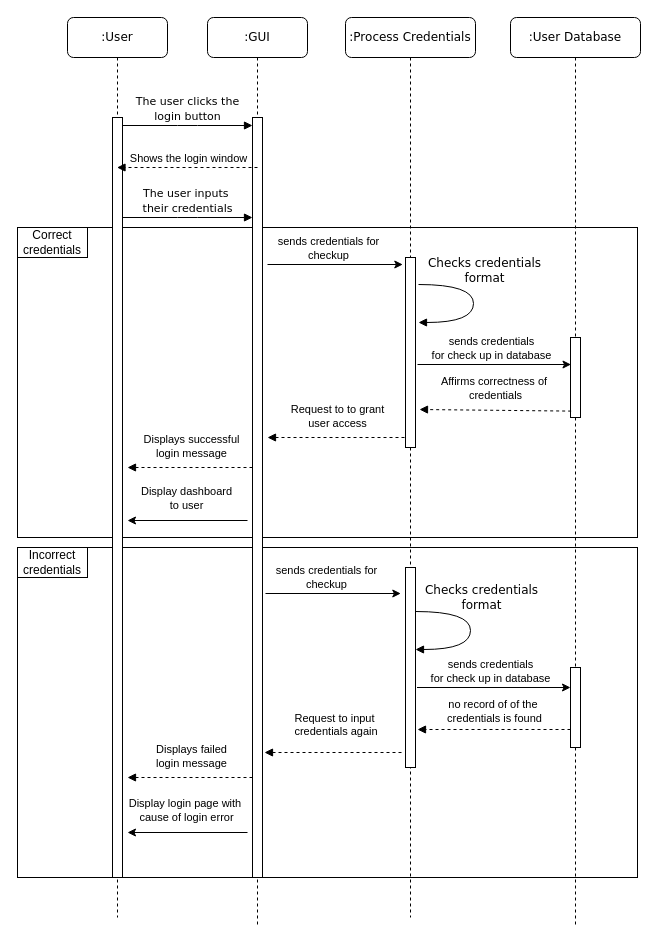
SENG-350-2024-fall/Team-6 keeps this draw.io diagram as Project Milestone 2/Sequence_1.drawio. Above is the earlier version. Source tidied: cells renumbered, new cells numbered last; positions are measured from the earlier drawing's top-left corner, leaving out a move shared by most shapes. Both pictures are drawn from the tidied source at 100%, with x=0, y=0 at pixel (17, 17).
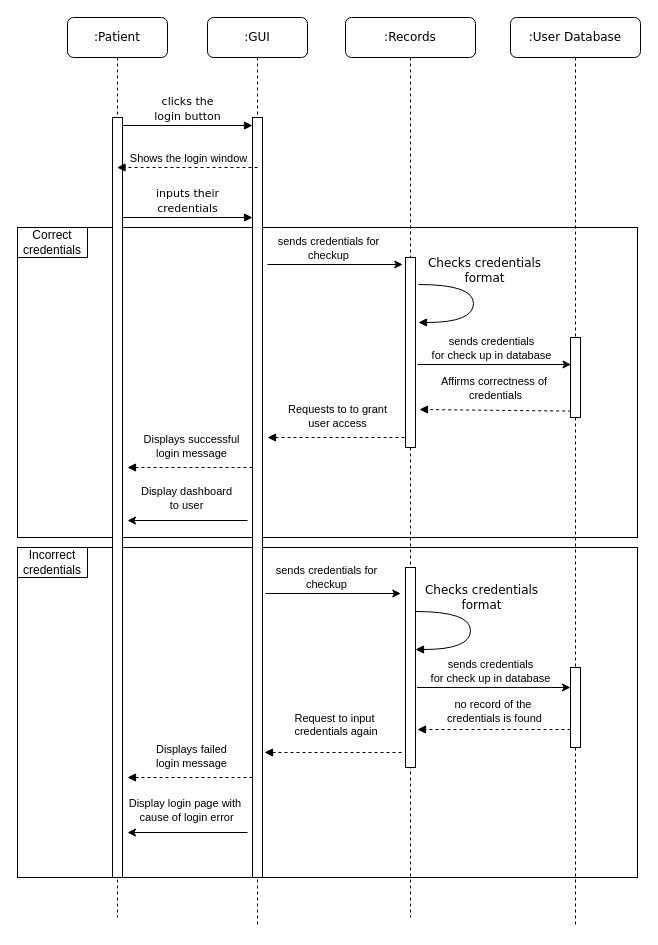
Above is the later version.

The change refers to these unchanged cells:
```xml
<mxCell id="4" value=":GUI" style="shape=umlLifeline;perimeter=lifelinePerimeter;whiteSpace=wrap;html=1;rounded=1;shadow=0;comic=0;labelBackgroundColor=none;strokeWidth=1;fontFamily=Verdana;fontSize=12;align=center;" parent="1" vertex="1">
  <mxGeometry x="190" width="100" height="910" as="geometry" />
</mxCell>
<mxCell id="7" style="html=1;verticalAlign=bottom;labelBackgroundColor=none;endArrow=block;endFill=1;dashed=1;rounded=0;exitX=0.067;exitY=0.92;exitDx=0;exitDy=0;exitPerimeter=0;" parent="4" edge="1">
  <mxGeometry relative="1" as="geometry">
    <mxPoint x="197" y="420" as="sourcePoint" />
    <mxPoint x="60" y="420" as="targetPoint" />
  </mxGeometry>
</mxCell>
<mxCell id="23" style="html=1;verticalAlign=bottom;labelBackgroundColor=none;endArrow=block;endFill=1;dashed=1;rounded=0;exitX=0.067;exitY=0.92;exitDx=0;exitDy=0;exitPerimeter=0;" parent="18" edge="1">
  <mxGeometry relative="1" as="geometry">
    <mxPoint x="60" y="712" as="sourcePoint" />
    <mxPoint x="-93" y="712" as="targetPoint" />
  </mxGeometry>
</mxCell>
```

Change to the diagram source:
```diff
@@
-    <mxCell id="6" value="&lt;font style=&quot;font-size: 11px;&quot;&gt;The user inputs&amp;nbsp;&lt;br&gt;their credentials&lt;/font&gt;" style="html=1;verticalAlign=bottom;endArrow=block;entryX=0;entryY=0;labelBackgroundColor=none;fontFamily=Verdana;fontSize=12;edgeStyle=elbowEdgeStyle;elbow=vertical;" parent="4" edge="1">
+    <mxCell id="6" value="&lt;font style=&quot;font-size: 11px;&quot;&gt;inputs their &lt;br&gt;credentials&lt;/font&gt;" style="html=1;verticalAlign=bottom;endArrow=block;entryX=0;entryY=0;labelBackgroundColor=none;fontFamily=Verdana;fontSize=12;edgeStyle=elbowEdgeStyle;elbow=vertical;" parent="4" edge="1">
       <mxGeometry relative="1" as="geometry">
         <mxPoint x="-85" y="200" as="sourcePoint" />
         <mxPoint x="45" y="200" as="targetPoint" />
       </mxGeometry>
     </mxCell>
@@
-    <mxCell id="8" value="Request to to grant&lt;br&gt;user access" style="edgeLabel;html=1;align=center;verticalAlign=middle;" parent="7" vertex="1">
+    <mxCell id="8" value="Requests to to grant&lt;br&gt;user access" style="edgeLabel;html=1;align=center;verticalAlign=middle;" parent="7" vertex="1">
       <mxGeometry x="0.1" y="-1" relative="1" as="geometry">
         <mxPoint x="7" y="-21" as="offset" />
       </mxGeometry>
     </mxCell>
@@
-    <mxCell id="13" value=":User" style="shape=umlLifeline;perimeter=lifelinePerimeter;whiteSpace=wrap;html=1;outlineConnect=0;rounded=1;shadow=0;comic=0;labelBackgroundColor=none;strokeWidth=1;fontFamily=Verdana;fontSize=12;align=center;" parent="1" vertex="1">
+    <mxCell id="13" value=":Patient" style="shape=umlLifeline;perimeter=lifelinePerimeter;whiteSpace=wrap;html=1;outlineConnect=0;rounded=1;shadow=0;comic=0;labelBackgroundColor=none;strokeWidth=1;fontFamily=Verdana;fontSize=12;align=center;" parent="1" vertex="1">
       <mxGeometry x="50" width="100" height="900" as="geometry" />
     </mxCell>
@@
-    <mxCell id="17" value="&lt;font style=&quot;font-size: 11px;&quot;&gt;The user clicks the&lt;br&gt;login button&lt;/font&gt;" style="html=1;verticalAlign=bottom;endArrow=block;entryX=0;entryY=0;labelBackgroundColor=none;fontFamily=Verdana;fontSize=12;edgeStyle=elbowEdgeStyle;elbow=vertical;" parent="1" edge="1">
+    <mxCell id="17" value="&lt;font style=&quot;font-size: 11px;&quot;&gt;clicks the&lt;br&gt;login button&lt;/font&gt;" style="html=1;verticalAlign=bottom;endArrow=block;entryX=0;entryY=0;labelBackgroundColor=none;fontFamily=Verdana;fontSize=12;edgeStyle=elbowEdgeStyle;elbow=vertical;" parent="1" edge="1">
       <mxGeometry relative="1" as="geometry">
         <mxPoint x="105" y="108" as="sourcePoint" />
         <mxPoint x="235" y="108" as="targetPoint" />
       </mxGeometry>
     </mxCell>
@@
-    <mxCell id="24" value="no record of of the&amp;nbsp;&lt;br&gt;credentials is found" style="edgeLabel;html=1;align=center;verticalAlign=middle;" parent="23" vertex="1">
+    <mxCell id="24" value="no record of the&amp;nbsp;&lt;br&gt;credentials is found" style="edgeLabel;html=1;align=center;verticalAlign=middle;" parent="23" vertex="1">
       <mxGeometry x="0.1" y="-1" relative="1" as="geometry">
         <mxPoint x="7" y="-18" as="offset" />
       </mxGeometry>
     </mxCell>
@@
-    <mxCell id="30" value=":Process Credentials" style="shape=umlLifeline;perimeter=lifelinePerimeter;whiteSpace=wrap;html=1;rounded=1;shadow=0;comic=0;labelBackgroundColor=none;strokeWidth=1;fontFamily=Verdana;fontSize=12;align=center;" parent="1" vertex="1">
+    <mxCell id="30" value=":Records" style="shape=umlLifeline;perimeter=lifelinePerimeter;whiteSpace=wrap;html=1;rounded=1;shadow=0;comic=0;labelBackgroundColor=none;strokeWidth=1;fontFamily=Verdana;fontSize=12;align=center;" parent="1" vertex="1">
       <mxGeometry x="328" width="130" height="900" as="geometry" />
     </mxCell>
```
